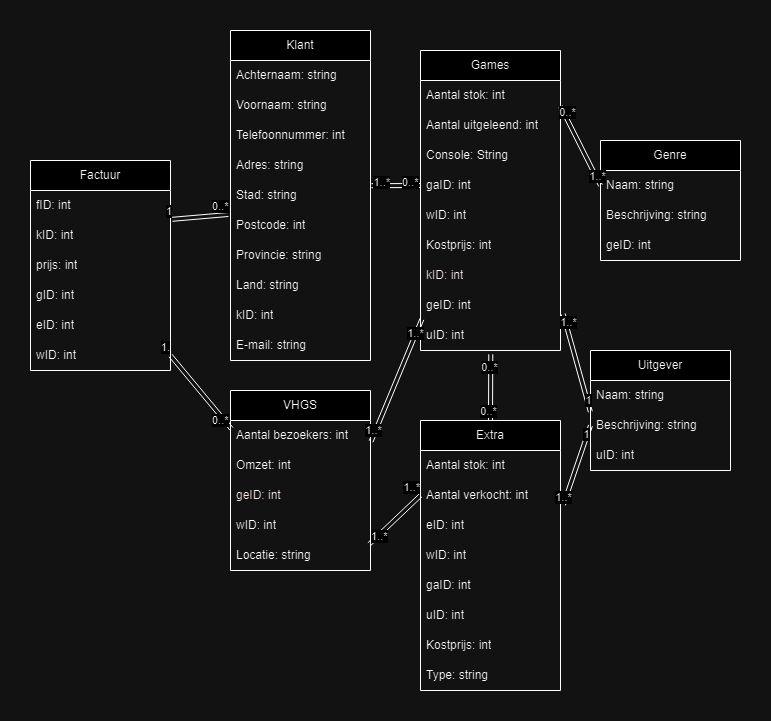
Above: VGHFdatabase.drawio.png in Giothysham/DatabaseVGHF (draw.io), before the change. Source tidied: cells renumbered, new cells last; positions are measured from the earlier drawing's top-left corner, leaving out a move shared by most shapes. Its diagram source:
```xml
<mxGraphModel>
  <root>
    <mxCell id="0" />
    <mxCell id="1" parent="0" />
    <mxCell id="2" value="&lt;br&gt;&lt;div style=&quot;&quot;&gt;VHGS&lt;/div&gt;&lt;div style=&quot;&quot;&gt;&lt;br&gt;&lt;/div&gt;" style="swimlane;fontStyle=0;horizontal=1;startSize=30;whiteSpace=wrap;html=1;" parent="1" vertex="1">
      <mxGeometry x="200" y="360" width="140" height="180" as="geometry" />
    </mxCell>
    <mxCell id="3" value="Aantal bezoekers: int" style="text;strokeColor=none;fillColor=none;align=left;verticalAlign=middle;spacingLeft=4;spacingRight=4;overflow=hidden;points=[[0,0.5],[1,0.5]];portConstraint=eastwest;whiteSpace=wrap;html=1;" parent="2" vertex="1">
      <mxGeometry y="30" width="140" height="30" as="geometry" />
    </mxCell>
    <mxCell id="4" value="Omzet: int" style="text;strokeColor=none;fillColor=none;align=left;verticalAlign=middle;spacingLeft=4;spacingRight=4;overflow=hidden;whiteSpace=wrap;html=1;" parent="2" vertex="1">
      <mxGeometry y="60" width="140" height="30" as="geometry" />
    </mxCell>
    <mxCell id="5" value="&lt;font color=&quot;#330000&quot;&gt;geID: int&lt;/font&gt;" style="text;strokeColor=none;fillColor=none;align=left;verticalAlign=middle;spacingLeft=4;spacingRight=4;overflow=hidden;whiteSpace=wrap;html=1;" parent="2" vertex="1">
      <mxGeometry y="90" width="140" height="30" as="geometry" />
    </mxCell>
    <mxCell id="6" value="wID: int" style="text;strokeColor=none;fillColor=none;align=left;verticalAlign=middle;spacingLeft=4;spacingRight=4;overflow=hidden;whiteSpace=wrap;html=1;" parent="2" vertex="1">
      <mxGeometry y="120" width="140" height="30" as="geometry" />
    </mxCell>
    <mxCell id="7" value="Locatie: string" style="text;strokeColor=none;fillColor=none;align=left;verticalAlign=middle;spacingLeft=4;spacingRight=4;overflow=hidden;points=[[0,0.5],[1,0.5]];portConstraint=eastwest;whiteSpace=wrap;html=1;" parent="2" vertex="1">
      <mxGeometry y="150" width="140" height="30" as="geometry" />
    </mxCell>
    <mxCell id="8" value="Games" style="swimlane;fontStyle=0;horizontal=1;startSize=30;whiteSpace=wrap;html=1;" parent="1" vertex="1">
      <mxGeometry x="390" y="20" width="140" height="300" as="geometry" />
    </mxCell>
    <mxCell id="9" value="Aantal stok: int" style="text;strokeColor=none;fillColor=none;align=left;verticalAlign=middle;spacingLeft=4;spacingRight=4;overflow=hidden;points=[[0,0.5],[1,0.5]];portConstraint=eastwest;whiteSpace=wrap;html=1;" parent="8" vertex="1">
      <mxGeometry y="30" width="140" height="30" as="geometry" />
    </mxCell>
    <mxCell id="10" value="Aantal uitgeleend: int" style="text;strokeColor=none;fillColor=none;align=left;verticalAlign=middle;spacingLeft=4;spacingRight=4;overflow=hidden;whiteSpace=wrap;html=1;" parent="8" vertex="1">
      <mxGeometry y="60" width="140" height="30" as="geometry" />
    </mxCell>
    <mxCell id="11" value="Console: String" style="text;strokeColor=none;fillColor=none;align=left;verticalAlign=middle;spacingLeft=4;spacingRight=4;overflow=hidden;whiteSpace=wrap;html=1;" parent="8" vertex="1">
      <mxGeometry y="90" width="140" height="30" as="geometry" />
    </mxCell>
    <mxCell id="12" value="gaID: int" style="text;strokeColor=none;fillColor=none;align=left;verticalAlign=middle;spacingLeft=4;spacingRight=4;overflow=hidden;points=[[0,0.5],[1,0.5]];portConstraint=eastwest;whiteSpace=wrap;html=1;" parent="8" vertex="1">
      <mxGeometry y="120" width="140" height="30" as="geometry" />
    </mxCell>
    <mxCell id="13" value="wID: int" style="text;strokeColor=none;fillColor=none;align=left;verticalAlign=middle;spacingLeft=4;spacingRight=4;overflow=hidden;whiteSpace=wrap;html=1;" parent="8" vertex="1">
      <mxGeometry y="150" width="140" height="30" as="geometry" />
    </mxCell>
    <mxCell id="14" value="Kostprijs: int" style="text;strokeColor=none;fillColor=none;align=left;verticalAlign=middle;spacingLeft=4;spacingRight=4;overflow=hidden;whiteSpace=wrap;html=1;" parent="8" vertex="1">
      <mxGeometry y="180" width="140" height="30" as="geometry" />
    </mxCell>
    <mxCell id="15" value="&lt;font color=&quot;#330000&quot;&gt;kID: int&lt;/font&gt;" style="text;strokeColor=none;fillColor=none;align=left;verticalAlign=middle;spacingLeft=4;spacingRight=4;overflow=hidden;whiteSpace=wrap;html=1;" parent="8" vertex="1">
      <mxGeometry y="210" width="140" height="30" as="geometry" />
    </mxCell>
    <mxCell id="16" value="geID: int" style="text;strokeColor=none;fillColor=none;align=left;verticalAlign=middle;spacingLeft=4;spacingRight=4;overflow=hidden;points=[[0,0.5],[1,0.5]];portConstraint=eastwest;whiteSpace=wrap;html=1;" parent="8" vertex="1">
      <mxGeometry y="240" width="140" height="30" as="geometry" />
    </mxCell>
    <mxCell id="17" value="uID: int" style="text;strokeColor=none;fillColor=none;align=left;verticalAlign=middle;spacingLeft=4;spacingRight=4;overflow=hidden;points=[[0,0.5],[1,0.5]];portConstraint=eastwest;whiteSpace=wrap;html=1;" parent="8" vertex="1">
      <mxGeometry y="270" width="140" height="30" as="geometry" />
    </mxCell>
    <mxCell id="18" value="Extra" style="swimlane;fontStyle=0;horizontal=1;startSize=30;whiteSpace=wrap;html=1;" parent="1" vertex="1">
      <mxGeometry x="390" y="390" width="140" height="270" as="geometry" />
    </mxCell>
    <mxCell id="19" value="Aantal stok: int" style="text;strokeColor=none;fillColor=none;align=left;verticalAlign=middle;spacingLeft=4;spacingRight=4;overflow=hidden;whiteSpace=wrap;html=1;" parent="18" vertex="1">
      <mxGeometry y="30" width="140" height="30" as="geometry" />
    </mxCell>
    <mxCell id="20" value="Aantal verkocht: int" style="text;strokeColor=none;fillColor=none;align=left;verticalAlign=middle;spacingLeft=4;spacingRight=4;overflow=hidden;points=[[0,0.5],[1,0.5]];portConstraint=eastwest;whiteSpace=wrap;html=1;" parent="18" vertex="1">
      <mxGeometry y="60" width="140" height="30" as="geometry" />
    </mxCell>
    <mxCell id="21" value="eID: int" style="text;strokeColor=none;fillColor=none;align=left;verticalAlign=middle;spacingLeft=4;spacingRight=4;overflow=hidden;whiteSpace=wrap;html=1;" parent="18" vertex="1">
      <mxGeometry y="90" width="140" height="30" as="geometry" />
    </mxCell>
    <mxCell id="22" value="wID: int" style="text;strokeColor=none;fillColor=none;align=left;verticalAlign=middle;spacingLeft=4;spacingRight=4;overflow=hidden;whiteSpace=wrap;html=1;" parent="18" vertex="1">
      <mxGeometry y="120" width="140" height="30" as="geometry" />
    </mxCell>
    <mxCell id="23" value="gaID: int" style="text;strokeColor=none;fillColor=none;align=left;verticalAlign=middle;spacingLeft=4;spacingRight=4;overflow=hidden;whiteSpace=wrap;html=1;" parent="18" vertex="1">
      <mxGeometry y="150" width="140" height="30" as="geometry" />
    </mxCell>
    <mxCell id="24" value="uID: int" style="text;strokeColor=none;fillColor=none;align=left;verticalAlign=middle;spacingLeft=4;spacingRight=4;overflow=hidden;whiteSpace=wrap;html=1;" parent="18" vertex="1">
      <mxGeometry y="180" width="140" height="30" as="geometry" />
    </mxCell>
    <mxCell id="25" value="Kostprijs: int" style="text;strokeColor=none;fillColor=none;align=left;verticalAlign=middle;spacingLeft=4;spacingRight=4;overflow=hidden;whiteSpace=wrap;html=1;" parent="18" vertex="1">
      <mxGeometry y="210" width="140" height="30" as="geometry" />
    </mxCell>
    <mxCell id="26" value="Type: string" style="text;strokeColor=none;fillColor=none;align=left;verticalAlign=middle;spacingLeft=4;spacingRight=4;overflow=hidden;whiteSpace=wrap;html=1;" parent="18" vertex="1">
      <mxGeometry y="240" width="140" height="30" as="geometry" />
    </mxCell>
    <mxCell id="27" style="endArrow=classic;html=1;rounded=0;entryX=0;entryY=0.5;entryDx=0;entryDy=0;shape=link;exitX=0.991;exitY=0.124;exitDx=0;exitDy=0;exitPerimeter=0;" parent="1" edge="1" source="7" target="20">
      <mxGeometry relative="1" as="geometry" />
    </mxCell>
    <mxCell id="28" value="1..*" style="edgeLabel;html=1;align=left;verticalAlign=bottom;" parent="27" vertex="1">
      <mxGeometry x="-1" relative="1" as="geometry" />
    </mxCell>
    <mxCell id="29" value="1..*" style="edgeLabel;html=1;align=right;verticalAlign=bottom;" parent="27" vertex="1">
      <mxGeometry x="1" relative="1" as="geometry" />
    </mxCell>
    <mxCell id="30" value="Klant" style="swimlane;fontStyle=0;horizontal=1;startSize=30;whiteSpace=wrap;html=1;" parent="1" vertex="1">
      <mxGeometry x="200" width="140" height="330" as="geometry" />
    </mxCell>
    <mxCell id="31" value="Achternaam: string" style="text;strokeColor=none;fillColor=none;align=left;verticalAlign=middle;spacingLeft=4;spacingRight=4;overflow=hidden;whiteSpace=wrap;html=1;" parent="30" vertex="1">
      <mxGeometry y="30" width="140" height="30" as="geometry" />
    </mxCell>
    <mxCell id="32" value="Voornaam: string" style="text;strokeColor=none;fillColor=none;align=left;verticalAlign=middle;spacingLeft=4;spacingRight=4;overflow=hidden;whiteSpace=wrap;html=1;" parent="30" vertex="1">
      <mxGeometry y="60" width="140" height="30" as="geometry" />
    </mxCell>
    <mxCell id="33" value="Telefoonnummer: int" style="text;strokeColor=none;fillColor=none;align=left;verticalAlign=middle;spacingLeft=4;spacingRight=4;overflow=hidden;whiteSpace=wrap;html=1;" parent="30" vertex="1">
      <mxGeometry y="90" width="140" height="30" as="geometry" />
    </mxCell>
    <mxCell id="34" value="Adres: string" style="text;strokeColor=none;fillColor=none;align=left;verticalAlign=middle;spacingLeft=4;spacingRight=4;overflow=hidden;whiteSpace=wrap;html=1;" parent="30" vertex="1">
      <mxGeometry y="120" width="140" height="30" as="geometry" />
    </mxCell>
    <mxCell id="35" value="Stad: string" style="text;strokeColor=none;fillColor=none;align=left;verticalAlign=middle;spacingLeft=4;spacingRight=4;overflow=hidden;points=[[0,0.5],[1,0.5]];portConstraint=eastwest;whiteSpace=wrap;html=1;" parent="30" vertex="1">
      <mxGeometry y="150" width="140" height="30" as="geometry" />
    </mxCell>
    <mxCell id="36" value="Postcode: int" style="text;strokeColor=none;fillColor=none;align=left;verticalAlign=middle;spacingLeft=4;spacingRight=4;overflow=hidden;whiteSpace=wrap;html=1;" parent="30" vertex="1">
      <mxGeometry y="180" width="140" height="30" as="geometry" />
    </mxCell>
    <mxCell id="37" value="Provincie: string" style="text;strokeColor=none;fillColor=none;align=left;verticalAlign=middle;spacingLeft=4;spacingRight=4;overflow=hidden;whiteSpace=wrap;html=1;" parent="30" vertex="1">
      <mxGeometry y="210" width="140" height="30" as="geometry" />
    </mxCell>
    <mxCell id="38" value="Land: string" style="text;strokeColor=none;fillColor=none;align=left;verticalAlign=middle;spacingLeft=4;spacingRight=4;overflow=hidden;whiteSpace=wrap;html=1;" parent="30" vertex="1">
      <mxGeometry y="240" width="140" height="30" as="geometry" />
    </mxCell>
    <mxCell id="39" value="kID: int" style="text;strokeColor=none;fillColor=none;align=left;verticalAlign=middle;spacingLeft=4;spacingRight=4;overflow=hidden;whiteSpace=wrap;html=1;" parent="30" vertex="1">
      <mxGeometry y="270" width="140" height="30" as="geometry" />
    </mxCell>
    <mxCell id="40" value="E-mail: string" style="text;strokeColor=none;fillColor=none;align=left;verticalAlign=middle;spacingLeft=4;spacingRight=4;overflow=hidden;whiteSpace=wrap;html=1;" parent="30" vertex="1">
      <mxGeometry y="300" width="140" height="30" as="geometry" />
    </mxCell>
    <mxCell id="41" style="endArrow=classic;html=1;rounded=0;entryX=1.007;entryY=0.173;entryDx=0;entryDy=0;shape=link;exitX=0;exitY=0.5;exitDx=0;exitDy=0;entryPerimeter=0;" parent="1" edge="1" source="12" target="35">
      <mxGeometry relative="1" as="geometry" />
    </mxCell>
    <mxCell id="42" value="0..*" style="edgeLabel;html=1;align=left;verticalAlign=bottom;" parent="41" vertex="1">
      <mxGeometry x="-1" relative="1" as="geometry">
        <mxPoint x="-20" y="5" as="offset" />
      </mxGeometry>
    </mxCell>
    <mxCell id="43" value="1..*" style="edgeLabel;html=1;align=right;verticalAlign=bottom;" parent="41" vertex="1">
      <mxGeometry x="1" relative="1" as="geometry">
        <mxPoint x="19" y="5" as="offset" />
      </mxGeometry>
    </mxCell>
    <mxCell id="44" value="Genre" style="swimlane;fontStyle=0;horizontal=1;startSize=30;whiteSpace=wrap;html=1;" parent="1" vertex="1">
      <mxGeometry x="570" y="110" width="140" height="120" as="geometry" />
    </mxCell>
    <mxCell id="45" value="Naam: string" style="text;strokeColor=none;fillColor=none;align=left;verticalAlign=middle;spacingLeft=4;spacingRight=4;overflow=hidden;points=[[0,0.5],[1,0.5]];portConstraint=eastwest;whiteSpace=wrap;html=1;" parent="44" vertex="1">
      <mxGeometry y="30" width="140" height="30" as="geometry" />
    </mxCell>
    <mxCell id="46" value="Beschrijving: string" style="text;strokeColor=none;fillColor=none;align=left;verticalAlign=middle;spacingLeft=4;spacingRight=4;overflow=hidden;whiteSpace=wrap;html=1;" parent="44" vertex="1">
      <mxGeometry y="60" width="140" height="30" as="geometry" />
    </mxCell>
    <mxCell id="47" value="geID: int" style="text;strokeColor=none;fillColor=none;align=left;verticalAlign=middle;spacingLeft=4;spacingRight=4;overflow=hidden;whiteSpace=wrap;html=1;" parent="44" vertex="1">
      <mxGeometry y="90" width="140" height="30" as="geometry" />
    </mxCell>
    <mxCell id="48" value="Uitgever" style="swimlane;fontStyle=0;horizontal=1;startSize=30;whiteSpace=wrap;html=1;" parent="1" vertex="1">
      <mxGeometry x="560" y="320" width="140" height="120" as="geometry" />
    </mxCell>
    <mxCell id="49" value="Naam: string" style="text;strokeColor=none;fillColor=none;align=left;verticalAlign=middle;spacingLeft=4;spacingRight=4;overflow=hidden;points=[[0,0.5],[1,0.5]];portConstraint=eastwest;whiteSpace=wrap;html=1;" parent="48" vertex="1">
      <mxGeometry y="30" width="140" height="30" as="geometry" />
    </mxCell>
    <mxCell id="50" value="Beschrijving: string" style="text;strokeColor=none;fillColor=none;align=left;verticalAlign=middle;spacingLeft=4;spacingRight=4;overflow=hidden;points=[[0,0.5],[1,0.5]];portConstraint=eastwest;whiteSpace=wrap;html=1;" parent="48" vertex="1">
      <mxGeometry y="60" width="140" height="30" as="geometry" />
    </mxCell>
    <mxCell id="51" value="uID: int" style="text;strokeColor=none;fillColor=none;align=left;verticalAlign=middle;spacingLeft=4;spacingRight=4;overflow=hidden;whiteSpace=wrap;html=1;" parent="48" vertex="1">
      <mxGeometry y="90" width="140" height="30" as="geometry" />
    </mxCell>
    <mxCell id="52" style="endArrow=none;html=1;rounded=0;entryX=0.502;entryY=1.126;entryDx=0;entryDy=0;entryPerimeter=0;exitX=0.5;exitY=0;exitDx=0;exitDy=0;shape=link;" parent="1" edge="1" source="18" target="17">
      <mxGeometry relative="1" as="geometry" />
    </mxCell>
    <mxCell id="53" value="0..*" style="edgeLabel;html=1;align=center;verticalAlign=middle;" parent="52" vertex="1">
      <mxGeometry x="0.61" y="2" relative="1" as="geometry" />
    </mxCell>
    <mxCell id="54" value="0..*" style="edgeLabel;html=1;align=center;verticalAlign=middle;" parent="52" vertex="1">
      <mxGeometry x="-0.74" y="3" relative="1" as="geometry" />
    </mxCell>
    <mxCell id="55" style="endArrow=none;html=1;rounded=0;exitX=1.004;exitY=0.7;exitDx=0;exitDy=0;exitPerimeter=0;entryX=0.01;entryY=0.953;entryDx=0;entryDy=0;shape=link;entryPerimeter=0;" parent="1" edge="1" source="3" target="16">
      <mxGeometry relative="1" as="geometry" />
    </mxCell>
    <mxCell id="56" value="1..*" style="edgeLabel;html=1;align=center;verticalAlign=middle;" parent="55" vertex="1">
      <mxGeometry x="0.77" y="1" relative="1" as="geometry" />
    </mxCell>
    <mxCell id="57" value="1..*" style="edgeLabel;html=1;align=center;verticalAlign=middle;" parent="55" vertex="1">
      <mxGeometry x="-0.83" y="3" relative="1" as="geometry" />
    </mxCell>
    <mxCell id="58" style="endArrow=none;html=1;rounded=0;entryX=0;entryY=0.5;entryDx=0;entryDy=0;shape=link;exitX=1.001;exitY=0.863;exitDx=0;exitDy=0;exitPerimeter=0;" parent="1" edge="1" source="9" target="45">
      <mxGeometry relative="1" as="geometry" />
    </mxCell>
    <mxCell id="59" value="1..*" style="edgeLabel;html=1;align=center;verticalAlign=middle;" parent="58" vertex="1">
      <mxGeometry x="0.77" y="1" relative="1" as="geometry" />
    </mxCell>
    <mxCell id="60" value="0..*" style="edgeLabel;html=1;align=center;verticalAlign=middle;" parent="58" vertex="1">
      <mxGeometry x="-0.83" y="3" relative="1" as="geometry" />
    </mxCell>
    <mxCell id="61" style="endArrow=none;html=1;rounded=0;exitX=1.019;exitY=0.781;exitDx=0;exitDy=0;exitPerimeter=0;entryX=-0.001;entryY=1.042;entryDx=0;entryDy=0;entryPerimeter=0;shape=link;" parent="1" edge="1" source="16" target="49">
      <mxGeometry relative="1" as="geometry" />
    </mxCell>
    <mxCell id="62" value="1" style="edgeLabel;html=1;align=center;verticalAlign=middle;" parent="61" vertex="1">
      <mxGeometry x="0.77" y="1" relative="1" as="geometry" />
    </mxCell>
    <mxCell id="63" value="1..*" style="edgeLabel;html=1;align=center;verticalAlign=middle;" parent="61" vertex="1">
      <mxGeometry x="-0.83" y="3" relative="1" as="geometry" />
    </mxCell>
    <mxCell id="64" style="endArrow=none;html=1;rounded=0;exitX=1.021;exitY=0.807;exitDx=0;exitDy=0;shape=link;entryX=0;entryY=0.5;entryDx=0;entryDy=0;exitPerimeter=0;" parent="1" edge="1" source="20" target="50">
      <mxGeometry relative="1" as="geometry" />
    </mxCell>
    <mxCell id="65" value="1" style="edgeLabel;html=1;align=center;verticalAlign=middle;" parent="64" vertex="1">
      <mxGeometry x="0.77" y="1" relative="1" as="geometry" />
    </mxCell>
    <mxCell id="66" value="1..*" style="edgeLabel;html=1;align=center;verticalAlign=middle;" parent="64" vertex="1">
      <mxGeometry x="-0.83" y="3" relative="1" as="geometry" />
    </mxCell>
    <mxCell id="67" value="Factuur" style="swimlane;fontStyle=0;horizontal=1;startSize=30;whiteSpace=wrap;html=1;" parent="1" vertex="1">
      <mxGeometry y="130" width="140" height="210" as="geometry" />
    </mxCell>
    <mxCell id="68" value="fID: int" style="text;strokeColor=none;fillColor=none;align=left;verticalAlign=middle;spacingLeft=4;spacingRight=4;overflow=hidden;points=[[0,0.5],[1,0.5]];portConstraint=eastwest;whiteSpace=wrap;html=1;" parent="67" vertex="1">
      <mxGeometry y="30" width="140" height="30" as="geometry" />
    </mxCell>
    <mxCell id="69" value="kID: int" style="text;strokeColor=none;fillColor=none;align=left;verticalAlign=middle;spacingLeft=4;spacingRight=4;overflow=hidden;whiteSpace=wrap;html=1;" parent="67" vertex="1">
      <mxGeometry y="60" width="140" height="30" as="geometry" />
    </mxCell>
    <mxCell id="70" value="prijs: int" style="text;strokeColor=none;fillColor=none;align=left;verticalAlign=middle;spacingLeft=4;spacingRight=4;overflow=hidden;whiteSpace=wrap;html=1;" parent="67" vertex="1">
      <mxGeometry y="90" width="140" height="30" as="geometry" />
    </mxCell>
    <mxCell id="71" value="gID: int" style="text;strokeColor=none;fillColor=none;align=left;verticalAlign=middle;spacingLeft=4;spacingRight=4;overflow=hidden;whiteSpace=wrap;html=1;" parent="67" vertex="1">
      <mxGeometry y="120" width="140" height="30" as="geometry" />
    </mxCell>
    <mxCell id="72" value="eID: int" style="text;strokeColor=none;fillColor=none;align=left;verticalAlign=middle;spacingLeft=4;spacingRight=4;overflow=hidden;whiteSpace=wrap;html=1;" parent="67" vertex="1">
      <mxGeometry y="150" width="140" height="30" as="geometry" />
    </mxCell>
    <mxCell id="73" value="wID: int" style="text;strokeColor=none;fillColor=none;align=left;verticalAlign=middle;spacingLeft=4;spacingRight=4;overflow=hidden;whiteSpace=wrap;html=1;" parent="67" vertex="1">
      <mxGeometry y="180" width="140" height="30" as="geometry" />
    </mxCell>
    <mxCell id="74" style="endArrow=classic;html=1;rounded=0;entryX=1.013;entryY=0.96;entryDx=0;entryDy=0;shape=link;exitX=-0.016;exitY=1.133;exitDx=0;exitDy=0;entryPerimeter=0;exitPerimeter=0;" parent="1" edge="1" source="35" target="68">
      <mxGeometry relative="1" as="geometry" />
    </mxCell>
    <mxCell id="75" value="0..*" style="edgeLabel;html=1;align=left;verticalAlign=bottom;" parent="74" vertex="1">
      <mxGeometry x="-1" relative="1" as="geometry">
        <mxPoint x="-18" as="offset" />
      </mxGeometry>
    </mxCell>
    <mxCell id="76" value="1" style="edgeLabel;html=1;align=right;verticalAlign=bottom;" parent="74" vertex="1">
      <mxGeometry x="1" relative="1" as="geometry" />
    </mxCell>
    <mxCell id="77" style="endArrow=classic;html=1;rounded=0;entryX=1;entryY=0.5;entryDx=0;entryDy=0;shape=link;exitX=0.007;exitY=0.28;exitDx=0;exitDy=0;exitPerimeter=0;" parent="1" edge="1" source="3">
      <mxGeometry relative="1" as="geometry">
        <mxPoint x="140" y="325" as="targetPoint" />
      </mxGeometry>
    </mxCell>
    <mxCell id="78" value="0..*" style="edgeLabel;html=1;align=left;verticalAlign=bottom;" parent="77" vertex="1">
      <mxGeometry x="-1" relative="1" as="geometry">
        <mxPoint x="-21" as="offset" />
      </mxGeometry>
    </mxCell>
    <mxCell id="79" value="1." style="edgeLabel;html=1;align=right;verticalAlign=bottom;" parent="77" vertex="1">
      <mxGeometry x="1" relative="1" as="geometry" />
    </mxCell>
  </root>
</mxGraphModel>
```
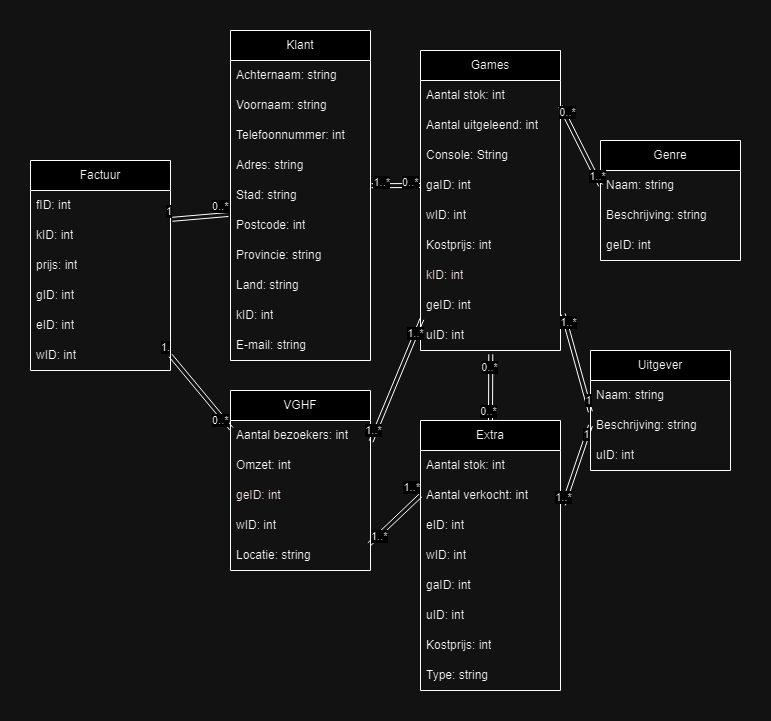
Later version of the same file.

Commit message:
new store name in schema

Change to the diagram source:
```diff
@@ -2,7 +2,7 @@
   <root>
     <mxCell id="0" />
     <mxCell id="1" parent="0" />
-    <mxCell id="2" value="&lt;br&gt;&lt;div style=&quot;&quot;&gt;VHGS&lt;/div&gt;&lt;div style=&quot;&quot;&gt;&lt;br&gt;&lt;/div&gt;" style="swimlane;fontStyle=0;horizontal=1;startSize=30;whiteSpace=wrap;html=1;" parent="1" vertex="1">
+    <mxCell id="2" value="VGHF" style="swimlane;fontStyle=0;horizontal=1;startSize=30;whiteSpace=wrap;html=1;" parent="1" vertex="1">
       <mxGeometry x="200" y="360" width="140" height="180" as="geometry" />
     </mxCell>
     <mxCell id="3" value="Aantal bezoekers: int" style="text;strokeColor=none;fillColor=none;align=left;verticalAlign=middle;spacingLeft=4;spacingRight=4;overflow=hidden;points=[[0,0.5],[1,0.5]];portConstraint=eastwest;whiteSpace=wrap;html=1;" parent="2" vertex="1">
```
